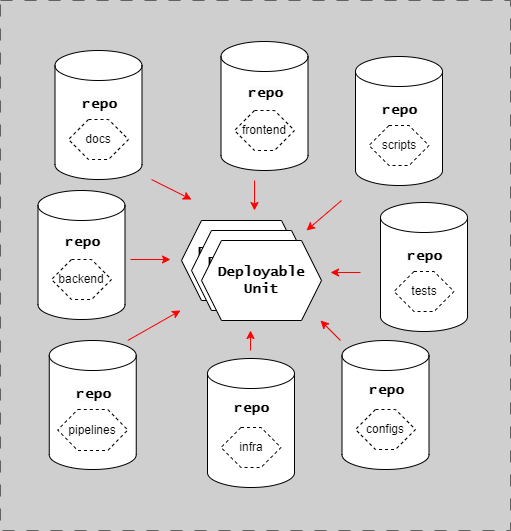
This is docs/assets/repository/bad.drawio.png from ready-to-release/eac, a draw.io export, as it was before one commit. Source tidied: cells renumbered, new cells last; positions are measured from the earlier drawing's top-left corner, leaving out a move shared by most shapes.
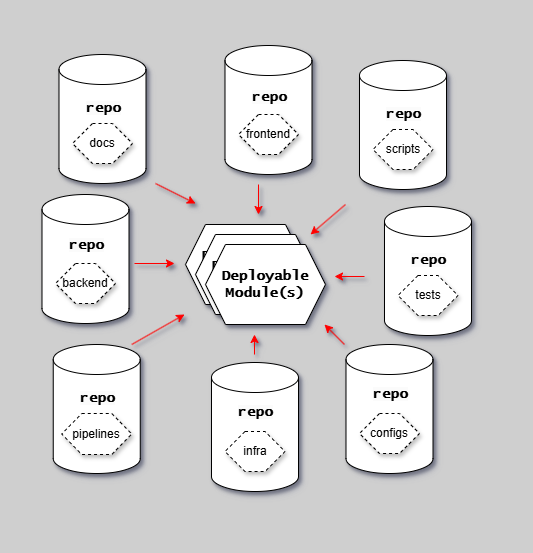
After the commit.

Diff of the diagram source:
```diff
@@ -1,134 +1,134 @@
-<mxGraphModel background="#CFCFCF">
+<mxGraphModel background="#CFCFCF" shadow="1">
   <root>
     <mxCell id="0" />
     <mxCell id="1" parent="0" />
-    <mxCell id="2" style="shape=cylinder3;whiteSpace=wrap;html=1;boundedLbl=1;backgroundOutline=1;size=15;fontFamily=Lucida Console;fontStyle=1;fontSize=14;" parent="1" vertex="1">
+    <mxCell id="2" style="shape=cylinder3;whiteSpace=wrap;html=1;boundedLbl=1;backgroundOutline=1;size=15;fontFamily=Lucida Console;fontStyle=1;fontSize=14;shadow=1;" parent="1" vertex="1">
       <mxGeometry x="54.5" y="50" width="87" height="129" as="geometry" />
     </mxCell>
-    <mxCell id="3" value="Deployable&lt;br style=&quot;border-color: var(--border-color);&quot;&gt;Unit" style="shape=hexagon;perimeter=hexagonPerimeter2;whiteSpace=wrap;html=1;fixedSize=1;fontFamily=Lucida Console;fontStyle=1;fontSize=14;" parent="1" vertex="1">
+    <mxCell id="3" value="Deployable&lt;br style=&quot;border-color: var(--border-color);&quot;&gt;Unit" style="shape=hexagon;perimeter=hexagonPerimeter2;whiteSpace=wrap;html=1;fixedSize=1;fontFamily=Lucida Console;fontStyle=1;fontSize=14;shadow=1;" parent="1" vertex="1">
       <mxGeometry x="181" y="220" width="120" height="80" as="geometry" />
     </mxCell>
-    <mxCell id="4" style="group;strokeColor=#616161;dashed=1;dashPattern=12 12;fontFamily=Lucida Console;fontStyle=1;" parent="1" vertex="1">
+    <mxCell id="4" style="group;strokeColor=none;dashed=1;dashPattern=12 12;fontFamily=Lucida Console;fontStyle=1;shadow=1;" parent="1" vertex="1">
       <mxGeometry width="510" height="530" as="geometry" />
     </mxCell>
-    <mxCell id="5" value="&lt;span style=&quot;color: rgb(0, 0, 0); font-family: &amp;quot;Lucida Console&amp;quot;; font-size: 14px; font-style: normal; font-variant-ligatures: normal; font-variant-caps: normal; font-weight: 700; letter-spacing: normal; orphans: 2; text-align: center; text-indent: 0px; text-transform: none; widows: 2; word-spacing: 0px; -webkit-text-stroke-width: 0px; background-color: rgb(251, 251, 251); text-decoration-thickness: initial; text-decoration-style: initial; text-decoration-color: initial; float: none; display: inline !important;&quot;&gt;repo&lt;/span&gt;" style="text;whiteSpace=wrap;html=1;" parent="1" vertex="1">
+    <mxCell id="5" value="&lt;span style=&quot;color: rgb(0, 0, 0); font-family: &amp;quot;Lucida Console&amp;quot;; font-size: 14px; font-style: normal; font-variant-ligatures: normal; font-variant-caps: normal; font-weight: 700; letter-spacing: normal; orphans: 2; text-align: center; text-indent: 0px; text-transform: none; widows: 2; word-spacing: 0px; -webkit-text-stroke-width: 0px; background-color: rgb(251, 251, 251); text-decoration-thickness: initial; text-decoration-style: initial; text-decoration-color: initial; float: none; display: inline !important;&quot;&gt;repo&lt;/span&gt;" style="text;whiteSpace=wrap;html=1;shadow=1;" parent="1" vertex="1">
       <mxGeometry x="79.8" y="89" width="36.5" height="30" as="geometry" />
     </mxCell>
-    <mxCell id="6" style="endArrow=classic;html=1;rounded=0;strokeColor=#FF0000;" parent="1" edge="1">
+    <mxCell id="6" style="endArrow=classic;html=1;rounded=0;strokeColor=#FF0000;shadow=1;" parent="1" edge="1">
       <mxGeometry relative="1" as="geometry">
         <mxPoint x="341" y="200" as="sourcePoint" />
         <mxPoint x="306" y="230" as="targetPoint" />
       </mxGeometry>
     </mxCell>
-    <mxCell id="7" value="docs" style="shape=hexagon;perimeter=hexagonPerimeter2;whiteSpace=wrap;html=1;fixedSize=1;dashed=1;" parent="1" vertex="1">
+    <mxCell id="7" value="docs" style="shape=hexagon;perimeter=hexagonPerimeter2;whiteSpace=wrap;html=1;fixedSize=1;dashed=1;shadow=1;" parent="1" vertex="1">
       <mxGeometry x="68" y="119" width="60" height="40" as="geometry" />
     </mxCell>
-    <mxCell id="8" style="shape=cylinder3;whiteSpace=wrap;html=1;boundedLbl=1;backgroundOutline=1;size=15;fontFamily=Lucida Console;fontStyle=1;fontSize=14;" parent="1" vertex="1">
+    <mxCell id="8" style="shape=cylinder3;whiteSpace=wrap;html=1;boundedLbl=1;backgroundOutline=1;size=15;fontFamily=Lucida Console;fontStyle=1;fontSize=14;shadow=1;" parent="1" vertex="1">
       <mxGeometry x="220.5" y="41" width="87" height="129" as="geometry" />
     </mxCell>
-    <mxCell id="9" value="frontend" style="shape=hexagon;perimeter=hexagonPerimeter2;whiteSpace=wrap;html=1;fixedSize=1;dashed=1;" parent="1" vertex="1">
+    <mxCell id="9" value="frontend" style="shape=hexagon;perimeter=hexagonPerimeter2;whiteSpace=wrap;html=1;fixedSize=1;dashed=1;shadow=1;" parent="1" vertex="1">
       <mxGeometry x="234" y="110" width="60" height="40" as="geometry" />
     </mxCell>
-    <mxCell id="10" style="shape=cylinder3;whiteSpace=wrap;html=1;boundedLbl=1;backgroundOutline=1;size=15;fontFamily=Lucida Console;fontStyle=1;fontSize=14;" parent="1" vertex="1">
+    <mxCell id="10" style="shape=cylinder3;whiteSpace=wrap;html=1;boundedLbl=1;backgroundOutline=1;size=15;fontFamily=Lucida Console;fontStyle=1;fontSize=14;shadow=1;" parent="1" vertex="1">
       <mxGeometry x="355" y="56" width="87" height="129" as="geometry" />
     </mxCell>
-    <mxCell id="11" value="scripts" style="shape=hexagon;perimeter=hexagonPerimeter2;whiteSpace=wrap;html=1;fixedSize=1;dashed=1;" parent="1" vertex="1">
+    <mxCell id="11" value="scripts" style="shape=hexagon;perimeter=hexagonPerimeter2;whiteSpace=wrap;html=1;fixedSize=1;dashed=1;shadow=1;" parent="1" vertex="1">
       <mxGeometry x="368.5" y="125" width="60" height="40" as="geometry" />
     </mxCell>
-    <mxCell id="12" style="shape=cylinder3;whiteSpace=wrap;html=1;boundedLbl=1;backgroundOutline=1;size=15;fontFamily=Lucida Console;fontStyle=1;fontSize=14;" parent="1" vertex="1">
+    <mxCell id="12" style="shape=cylinder3;whiteSpace=wrap;html=1;boundedLbl=1;backgroundOutline=1;size=15;fontFamily=Lucida Console;fontStyle=1;fontSize=14;shadow=1;" parent="1" vertex="1">
       <mxGeometry x="341.5" y="340" width="87" height="129" as="geometry" />
     </mxCell>
-    <mxCell id="13" value="configs" style="shape=hexagon;perimeter=hexagonPerimeter2;whiteSpace=wrap;html=1;fixedSize=1;dashed=1;" parent="1" vertex="1">
+    <mxCell id="13" value="configs" style="shape=hexagon;perimeter=hexagonPerimeter2;whiteSpace=wrap;html=1;fixedSize=1;dashed=1;shadow=1;" parent="1" vertex="1">
       <mxGeometry x="355" y="409" width="60" height="40" as="geometry" />
     </mxCell>
-    <mxCell id="14" style="shape=cylinder3;whiteSpace=wrap;html=1;boundedLbl=1;backgroundOutline=1;size=15;fontFamily=Lucida Console;fontStyle=1;fontSize=14;" parent="1" vertex="1">
+    <mxCell id="14" style="shape=cylinder3;whiteSpace=wrap;html=1;boundedLbl=1;backgroundOutline=1;size=15;fontFamily=Lucida Console;fontStyle=1;fontSize=14;shadow=1;" parent="1" vertex="1">
       <mxGeometry x="48.8" y="340" width="87" height="129" as="geometry" />
     </mxCell>
-    <mxCell id="15" value="pipelines" style="shape=hexagon;perimeter=hexagonPerimeter2;whiteSpace=wrap;html=1;fixedSize=1;dashed=1;" parent="1" vertex="1">
+    <mxCell id="15" value="pipelines" style="shape=hexagon;perimeter=hexagonPerimeter2;whiteSpace=wrap;html=1;fixedSize=1;dashed=1;shadow=1;" parent="1" vertex="1">
       <mxGeometry x="57.2" y="409" width="70" height="41" as="geometry" />
     </mxCell>
-    <mxCell id="16" style="endArrow=classic;html=1;rounded=0;strokeColor=#FF0000;" parent="1" edge="1">
+    <mxCell id="16" style="endArrow=classic;html=1;rounded=0;strokeColor=#FF0000;shadow=1;" parent="1" edge="1">
       <mxGeometry relative="1" as="geometry">
         <mxPoint x="151" y="179" as="sourcePoint" />
         <mxPoint x="191" y="199" as="targetPoint" />
       </mxGeometry>
     </mxCell>
-    <mxCell id="17" style="endArrow=classic;html=1;rounded=0;strokeColor=#FF0000;" parent="1" edge="1">
+    <mxCell id="17" style="endArrow=classic;html=1;rounded=0;strokeColor=#FF0000;shadow=1;" parent="1" edge="1">
       <mxGeometry relative="1" as="geometry">
         <mxPoint x="254" y="180" as="sourcePoint" />
         <mxPoint x="254" y="210" as="targetPoint" />
       </mxGeometry>
     </mxCell>
-    <mxCell id="18" value="Deployable&lt;br style=&quot;border-color: var(--border-color);&quot;&gt;Unit" style="shape=hexagon;perimeter=hexagonPerimeter2;whiteSpace=wrap;html=1;fixedSize=1;fontFamily=Lucida Console;fontStyle=1;fontSize=14;" parent="1" vertex="1">
+    <mxCell id="18" value="Deployable&lt;br style=&quot;border-color: var(--border-color);&quot;&gt;Unit" style="shape=hexagon;perimeter=hexagonPerimeter2;whiteSpace=wrap;html=1;fixedSize=1;fontFamily=Lucida Console;fontStyle=1;fontSize=14;shadow=1;" parent="1" vertex="1">
       <mxGeometry x="191" y="230" width="120" height="80" as="geometry" />
     </mxCell>
-    <mxCell id="19" value="Deployable&lt;br style=&quot;border-color: var(--border-color);&quot;&gt;Unit" style="shape=hexagon;perimeter=hexagonPerimeter2;whiteSpace=wrap;html=1;fixedSize=1;fontFamily=Lucida Console;fontStyle=1;fontSize=14;" parent="1" vertex="1">
+    <mxCell id="19" value="Deployable&lt;br style=&quot;border-color: var(--border-color);&quot;&gt;Module(s)" style="shape=hexagon;perimeter=hexagonPerimeter2;whiteSpace=wrap;html=1;fixedSize=1;fontFamily=Lucida Console;fontStyle=1;fontSize=14;shadow=1;" parent="1" vertex="1">
       <mxGeometry x="201" y="240" width="120" height="80" as="geometry" />
     </mxCell>
-    <mxCell id="20" value="&lt;span style=&quot;color: rgb(0, 0, 0); font-family: &amp;quot;Lucida Console&amp;quot;; font-size: 14px; font-style: normal; font-variant-ligatures: normal; font-variant-caps: normal; font-weight: 700; letter-spacing: normal; orphans: 2; text-align: center; text-indent: 0px; text-transform: none; widows: 2; word-spacing: 0px; -webkit-text-stroke-width: 0px; background-color: rgb(251, 251, 251); text-decoration-thickness: initial; text-decoration-style: initial; text-decoration-color: initial; float: none; display: inline !important;&quot;&gt;repo&lt;/span&gt;" style="text;whiteSpace=wrap;html=1;" parent="1" vertex="1">
+    <mxCell id="20" value="&lt;span style=&quot;color: rgb(0, 0, 0); font-family: &amp;quot;Lucida Console&amp;quot;; font-size: 14px; font-style: normal; font-variant-ligatures: normal; font-variant-caps: normal; font-weight: 700; letter-spacing: normal; orphans: 2; text-align: center; text-indent: 0px; text-transform: none; widows: 2; word-spacing: 0px; -webkit-text-stroke-width: 0px; background-color: rgb(251, 251, 251); text-decoration-thickness: initial; text-decoration-style: initial; text-decoration-color: initial; float: none; display: inline !important;&quot;&gt;repo&lt;/span&gt;" style="text;whiteSpace=wrap;html=1;shadow=1;" parent="1" vertex="1">
       <mxGeometry x="245.8" y="77.5" width="36.5" height="30" as="geometry" />
     </mxCell>
-    <mxCell id="21" value="&lt;span style=&quot;color: rgb(0, 0, 0); font-family: &amp;quot;Lucida Console&amp;quot;; font-size: 14px; font-style: normal; font-variant-ligatures: normal; font-variant-caps: normal; font-weight: 700; letter-spacing: normal; orphans: 2; text-align: center; text-indent: 0px; text-transform: none; widows: 2; word-spacing: 0px; -webkit-text-stroke-width: 0px; background-color: rgb(251, 251, 251); text-decoration-thickness: initial; text-decoration-style: initial; text-decoration-color: initial; float: none; display: inline !important;&quot;&gt;repo&lt;/span&gt;" style="text;whiteSpace=wrap;html=1;" parent="1" vertex="1">
+    <mxCell id="21" value="&lt;span style=&quot;color: rgb(0, 0, 0); font-family: &amp;quot;Lucida Console&amp;quot;; font-size: 14px; font-style: normal; font-variant-ligatures: normal; font-variant-caps: normal; font-weight: 700; letter-spacing: normal; orphans: 2; text-align: center; text-indent: 0px; text-transform: none; widows: 2; word-spacing: 0px; -webkit-text-stroke-width: 0px; background-color: rgb(251, 251, 251); text-decoration-thickness: initial; text-decoration-style: initial; text-decoration-color: initial; float: none; display: inline !important;&quot;&gt;repo&lt;/span&gt;" style="text;whiteSpace=wrap;html=1;shadow=1;" parent="1" vertex="1">
       <mxGeometry x="380.2" y="95" width="36.5" height="30" as="geometry" />
     </mxCell>
-    <mxCell id="22" value="&lt;span style=&quot;color: rgb(0, 0, 0); font-family: &amp;quot;Lucida Console&amp;quot;; font-size: 14px; font-style: normal; font-variant-ligatures: normal; font-variant-caps: normal; font-weight: 700; letter-spacing: normal; orphans: 2; text-align: center; text-indent: 0px; text-transform: none; widows: 2; word-spacing: 0px; -webkit-text-stroke-width: 0px; background-color: rgb(251, 251, 251); text-decoration-thickness: initial; text-decoration-style: initial; text-decoration-color: initial; float: none; display: inline !important;&quot;&gt;repo&lt;/span&gt;" style="text;whiteSpace=wrap;html=1;" parent="1" vertex="1">
+    <mxCell id="22" value="&lt;span style=&quot;color: rgb(0, 0, 0); font-family: &amp;quot;Lucida Console&amp;quot;; font-size: 14px; font-style: normal; font-variant-ligatures: normal; font-variant-caps: normal; font-weight: 700; letter-spacing: normal; orphans: 2; text-align: center; text-indent: 0px; text-transform: none; widows: 2; word-spacing: 0px; -webkit-text-stroke-width: 0px; background-color: rgb(251, 251, 251); text-decoration-thickness: initial; text-decoration-style: initial; text-decoration-color: initial; float: none; display: inline !important;&quot;&gt;repo&lt;/span&gt;" style="text;whiteSpace=wrap;html=1;shadow=1;" parent="1" vertex="1">
       <mxGeometry x="74" y="379" width="36.5" height="30" as="geometry" />
     </mxCell>
-    <mxCell id="23" value="&lt;span style=&quot;color: rgb(0, 0, 0); font-family: &amp;quot;Lucida Console&amp;quot;; font-size: 14px; font-style: normal; font-variant-ligatures: normal; font-variant-caps: normal; font-weight: 700; letter-spacing: normal; orphans: 2; text-align: center; text-indent: 0px; text-transform: none; widows: 2; word-spacing: 0px; -webkit-text-stroke-width: 0px; background-color: rgb(251, 251, 251); text-decoration-thickness: initial; text-decoration-style: initial; text-decoration-color: initial; float: none; display: inline !important;&quot;&gt;repo&lt;/span&gt;" style="text;whiteSpace=wrap;html=1;" parent="1" vertex="1">
+    <mxCell id="23" value="&lt;span style=&quot;color: rgb(0, 0, 0); font-family: &amp;quot;Lucida Console&amp;quot;; font-size: 14px; font-style: normal; font-variant-ligatures: normal; font-variant-caps: normal; font-weight: 700; letter-spacing: normal; orphans: 2; text-align: center; text-indent: 0px; text-transform: none; widows: 2; word-spacing: 0px; -webkit-text-stroke-width: 0px; background-color: rgb(251, 251, 251); text-decoration-thickness: initial; text-decoration-style: initial; text-decoration-color: initial; float: none; display: inline !important;&quot;&gt;repo&lt;/span&gt;" style="text;whiteSpace=wrap;html=1;shadow=1;" parent="1" vertex="1">
       <mxGeometry x="366.8" y="374.5" width="36.5" height="30" as="geometry" />
     </mxCell>
-    <mxCell id="24" style="endArrow=classic;html=1;rounded=0;strokeColor=#FF0000;" parent="1" edge="1">
+    <mxCell id="24" style="endArrow=classic;html=1;rounded=0;strokeColor=#FF0000;shadow=1;" parent="1" edge="1">
       <mxGeometry relative="1" as="geometry">
         <mxPoint x="127.2" y="340" as="sourcePoint" />
         <mxPoint x="180" y="310" as="targetPoint" />
       </mxGeometry>
     </mxCell>
-    <mxCell id="25" style="endArrow=classic;html=1;rounded=0;strokeColor=#FF0000;" parent="1" edge="1">
+    <mxCell id="25" style="endArrow=classic;html=1;rounded=0;strokeColor=#FF0000;shadow=1;" parent="1" edge="1">
       <mxGeometry relative="1" as="geometry">
         <mxPoint x="340" y="340" as="sourcePoint" />
         <mxPoint x="320" y="320" as="targetPoint" />
       </mxGeometry>
     </mxCell>
-    <mxCell id="26" style="shape=cylinder3;whiteSpace=wrap;html=1;boundedLbl=1;backgroundOutline=1;size=15;fontFamily=Lucida Console;fontStyle=1;fontSize=14;" parent="1" vertex="1">
+    <mxCell id="26" style="shape=cylinder3;whiteSpace=wrap;html=1;boundedLbl=1;backgroundOutline=1;size=15;fontFamily=Lucida Console;fontStyle=1;fontSize=14;shadow=1;" parent="1" vertex="1">
       <mxGeometry x="37.5" y="190" width="87" height="129" as="geometry" />
     </mxCell>
-    <mxCell id="27" value="backend" style="shape=hexagon;perimeter=hexagonPerimeter2;whiteSpace=wrap;html=1;fixedSize=1;dashed=1;" parent="1" vertex="1">
+    <mxCell id="27" value="backend" style="shape=hexagon;perimeter=hexagonPerimeter2;whiteSpace=wrap;html=1;fixedSize=1;dashed=1;shadow=1;" parent="1" vertex="1">
       <mxGeometry x="51" y="259" width="60" height="40" as="geometry" />
     </mxCell>
-    <mxCell id="28" value="&lt;span style=&quot;color: rgb(0, 0, 0); font-family: &amp;quot;Lucida Console&amp;quot;; font-size: 14px; font-style: normal; font-variant-ligatures: normal; font-variant-caps: normal; font-weight: 700; letter-spacing: normal; orphans: 2; text-align: center; text-indent: 0px; text-transform: none; widows: 2; word-spacing: 0px; -webkit-text-stroke-width: 0px; background-color: rgb(251, 251, 251); text-decoration-thickness: initial; text-decoration-style: initial; text-decoration-color: initial; float: none; display: inline !important;&quot;&gt;repo&lt;/span&gt;" style="text;whiteSpace=wrap;html=1;" parent="1" vertex="1">
+    <mxCell id="28" value="&lt;span style=&quot;color: rgb(0, 0, 0); font-family: &amp;quot;Lucida Console&amp;quot;; font-size: 14px; font-style: normal; font-variant-ligatures: normal; font-variant-caps: normal; font-weight: 700; letter-spacing: normal; orphans: 2; text-align: center; text-indent: 0px; text-transform: none; widows: 2; word-spacing: 0px; -webkit-text-stroke-width: 0px; background-color: rgb(251, 251, 251); text-decoration-thickness: initial; text-decoration-style: initial; text-decoration-color: initial; float: none; display: inline !important;&quot;&gt;repo&lt;/span&gt;" style="text;whiteSpace=wrap;html=1;shadow=1;" parent="1" vertex="1">
       <mxGeometry x="62.8" y="226.5" width="36.5" height="30" as="geometry" />
     </mxCell>
-    <mxCell id="29" style="endArrow=classic;html=1;rounded=0;strokeColor=#FF0000;" parent="1" edge="1">
+    <mxCell id="29" style="endArrow=classic;html=1;rounded=0;strokeColor=#FF0000;shadow=1;" parent="1" edge="1">
       <mxGeometry relative="1" as="geometry">
         <mxPoint x="130" y="259" as="sourcePoint" />
         <mxPoint x="170" y="259" as="targetPoint" />
       </mxGeometry>
     </mxCell>
-    <mxCell id="30" style="shape=cylinder3;whiteSpace=wrap;html=1;boundedLbl=1;backgroundOutline=1;size=15;fontFamily=Lucida Console;fontStyle=1;fontSize=14;" parent="1" vertex="1">
+    <mxCell id="30" style="shape=cylinder3;whiteSpace=wrap;html=1;boundedLbl=1;backgroundOutline=1;size=15;fontFamily=Lucida Console;fontStyle=1;fontSize=14;shadow=1;" parent="1" vertex="1">
       <mxGeometry x="380" y="202" width="87" height="129" as="geometry" />
     </mxCell>
-    <mxCell id="31" value="tests" style="shape=hexagon;perimeter=hexagonPerimeter2;whiteSpace=wrap;html=1;fixedSize=1;dashed=1;" parent="1" vertex="1">
+    <mxCell id="31" value="tests" style="shape=hexagon;perimeter=hexagonPerimeter2;whiteSpace=wrap;html=1;fixedSize=1;dashed=1;shadow=1;" parent="1" vertex="1">
       <mxGeometry x="393.5" y="271" width="60" height="40" as="geometry" />
     </mxCell>
-    <mxCell id="32" value="&lt;span style=&quot;color: rgb(0, 0, 0); font-family: &amp;quot;Lucida Console&amp;quot;; font-size: 14px; font-style: normal; font-variant-ligatures: normal; font-variant-caps: normal; font-weight: 700; letter-spacing: normal; orphans: 2; text-align: center; text-indent: 0px; text-transform: none; widows: 2; word-spacing: 0px; -webkit-text-stroke-width: 0px; background-color: rgb(251, 251, 251); text-decoration-thickness: initial; text-decoration-style: initial; text-decoration-color: initial; float: none; display: inline !important;&quot;&gt;repo&lt;/span&gt;" style="text;whiteSpace=wrap;html=1;" parent="1" vertex="1">
+    <mxCell id="32" value="&lt;span style=&quot;color: rgb(0, 0, 0); font-family: &amp;quot;Lucida Console&amp;quot;; font-size: 14px; font-style: normal; font-variant-ligatures: normal; font-variant-caps: normal; font-weight: 700; letter-spacing: normal; orphans: 2; text-align: center; text-indent: 0px; text-transform: none; widows: 2; word-spacing: 0px; -webkit-text-stroke-width: 0px; background-color: rgb(251, 251, 251); text-decoration-thickness: initial; text-decoration-style: initial; text-decoration-color: initial; float: none; display: inline !important;&quot;&gt;repo&lt;/span&gt;" style="text;whiteSpace=wrap;html=1;shadow=1;" parent="1" vertex="1">
       <mxGeometry x="405.2" y="241" width="36.5" height="30" as="geometry" />
     </mxCell>
-    <mxCell id="33" style="endArrow=classic;html=1;rounded=0;strokeColor=#FF0000;" parent="1" edge="1">
+    <mxCell id="33" style="endArrow=classic;html=1;rounded=0;strokeColor=#FF0000;shadow=1;" parent="1" edge="1">
       <mxGeometry relative="1" as="geometry">
         <mxPoint x="360" y="272" as="sourcePoint" />
         <mxPoint x="330" y="272" as="targetPoint" />
       </mxGeometry>
     </mxCell>
-    <mxCell id="34" style="shape=cylinder3;whiteSpace=wrap;html=1;boundedLbl=1;backgroundOutline=1;size=15;fontFamily=Lucida Console;fontStyle=1;fontSize=14;" parent="1" vertex="1">
+    <mxCell id="34" style="shape=cylinder3;whiteSpace=wrap;html=1;boundedLbl=1;backgroundOutline=1;size=15;fontFamily=Lucida Console;fontStyle=1;fontSize=14;shadow=1;" parent="1" vertex="1">
       <mxGeometry x="207" y="358" width="87" height="129" as="geometry" />
     </mxCell>
-    <mxCell id="35" value="infra" style="shape=hexagon;perimeter=hexagonPerimeter2;whiteSpace=wrap;html=1;fixedSize=1;dashed=1;" parent="1" vertex="1">
+    <mxCell id="35" value="infra" style="shape=hexagon;perimeter=hexagonPerimeter2;whiteSpace=wrap;html=1;fixedSize=1;dashed=1;shadow=1;" parent="1" vertex="1">
       <mxGeometry x="220.5" y="427" width="60" height="40" as="geometry" />
     </mxCell>
-    <mxCell id="36" value="&lt;span style=&quot;color: rgb(0, 0, 0); font-family: &amp;quot;Lucida Console&amp;quot;; font-size: 14px; font-style: normal; font-variant-ligatures: normal; font-variant-caps: normal; font-weight: 700; letter-spacing: normal; orphans: 2; text-align: center; text-indent: 0px; text-transform: none; widows: 2; word-spacing: 0px; -webkit-text-stroke-width: 0px; background-color: rgb(251, 251, 251); text-decoration-thickness: initial; text-decoration-style: initial; text-decoration-color: initial; float: none; display: inline !important;&quot;&gt;repo&lt;/span&gt;" style="text;whiteSpace=wrap;html=1;" parent="1" vertex="1">
+    <mxCell id="36" value="&lt;span style=&quot;color: rgb(0, 0, 0); font-family: &amp;quot;Lucida Console&amp;quot;; font-size: 14px; font-style: normal; font-variant-ligatures: normal; font-variant-caps: normal; font-weight: 700; letter-spacing: normal; orphans: 2; text-align: center; text-indent: 0px; text-transform: none; widows: 2; word-spacing: 0px; -webkit-text-stroke-width: 0px; background-color: rgb(251, 251, 251); text-decoration-thickness: initial; text-decoration-style: initial; text-decoration-color: initial; float: none; display: inline !important;&quot;&gt;repo&lt;/span&gt;" style="text;whiteSpace=wrap;html=1;shadow=1;" parent="1" vertex="1">
       <mxGeometry x="232.2" y="392.5" width="36.5" height="30" as="geometry" />
     </mxCell>
-    <mxCell id="37" style="endArrow=classic;html=1;rounded=0;strokeColor=#FF0000;" parent="1" edge="1">
+    <mxCell id="37" style="endArrow=classic;html=1;rounded=0;strokeColor=#FF0000;shadow=1;" parent="1" edge="1">
       <mxGeometry relative="1" as="geometry">
         <mxPoint x="250" y="350" as="sourcePoint" />
         <mxPoint x="250" y="330" as="targetPoint" />
```
